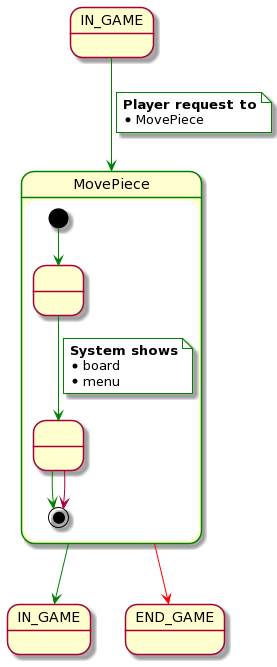
The PlantUML diagram rup/usecase/move_piece.png in USantaTecla-game-backgammon/backgammon, before a commit. Its diagram source:
```plantuml
@startuml
state IN_GAME
state IN_GAME2 as "IN_GAME"
state END_GAME

state MovePiece ##green {
    state " " as 1
    state " " as 2

    [*] -[#green]-> 1
    1 -[#green]-> 2
    note on link #white
        <b>System shows</b>
        * board
        * menu
    end note
    2 -[#green]-> [*]
    2 --> [*]

}

IN_GAME -[#green]-> MovePiece
note on link #white
    <b>Player request to</b>
    * MovePiece
end note

MovePiece -[#green]-> IN_GAME2
MovePiece -[#red]-> END_GAME
@enduml
```
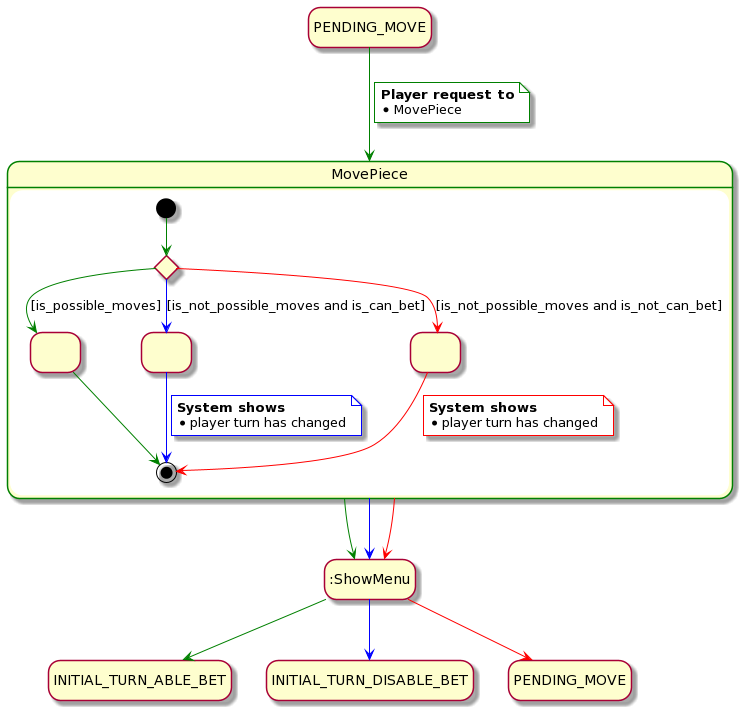
After the commit.

Change to the diagram source:
```diff
@@ -1,30 +1,48 @@
 @startuml
-state IN_GAME
-state IN_GAME2 as "IN_GAME"
-state END_GAME
+hide empty description
+
+state INITIAL_TURN_ABLE_BET
+state INITIAL_TURN_DISABLE_BET
+state PENDING_MOVE
+state "PENDING_MOVE" as PENDING_MOVE2
+
 
 state MovePiece ##green {
     state " " as 1
     state " " as 2
+    state " " as 3
 
-    [*] -[#green]-> 1
-    1 -[#green]-> 2
+    state status <<choice>>
+
+    [*] -[#green]-> status
+
+    status -[#green]-> 1 : [is_possible_moves]
+    status -[#blue]-> 2 : [is_not_possible_moves and is_can_bet]
+    status -[#red]-> 3 : [is_not_possible_moves and is_not_can_bet]
+
+    1 -[#green]-> [*]
+    2 -[#blue]-> [*]
     note on link #white
         <b>System shows</b>
-        * board
-        * menu
+        * player turn has changed
     end note
-    2 -[#green]-> [*]
-    2 --> [*]
-
+    3 -[#red]-> [*]
+    note on link #white
+        <b>System shows</b>
+        * player turn has changed
+    end note
 }
 
-IN_GAME -[#green]-> MovePiece
+PENDING_MOVE -[#green]-> MovePiece
 note on link #white
     <b>Player request to</b>
     * MovePiece
 end note
 
-MovePiece -[#green]-> IN_GAME2
-MovePiece -[#red]-> END_GAME
+MovePiece -[#green]-> :ShowMenu
+:ShowMenu -[#green]-> INITIAL_TURN_ABLE_BET
+MovePiece -[#blue]-> :ShowMenu
+:ShowMenu -[#blue]-> INITIAL_TURN_DISABLE_BET
+MovePiece -[#red]->  :ShowMenu
+:ShowMenu -[#red]->  PENDING_MOVE2
 @enduml
```
